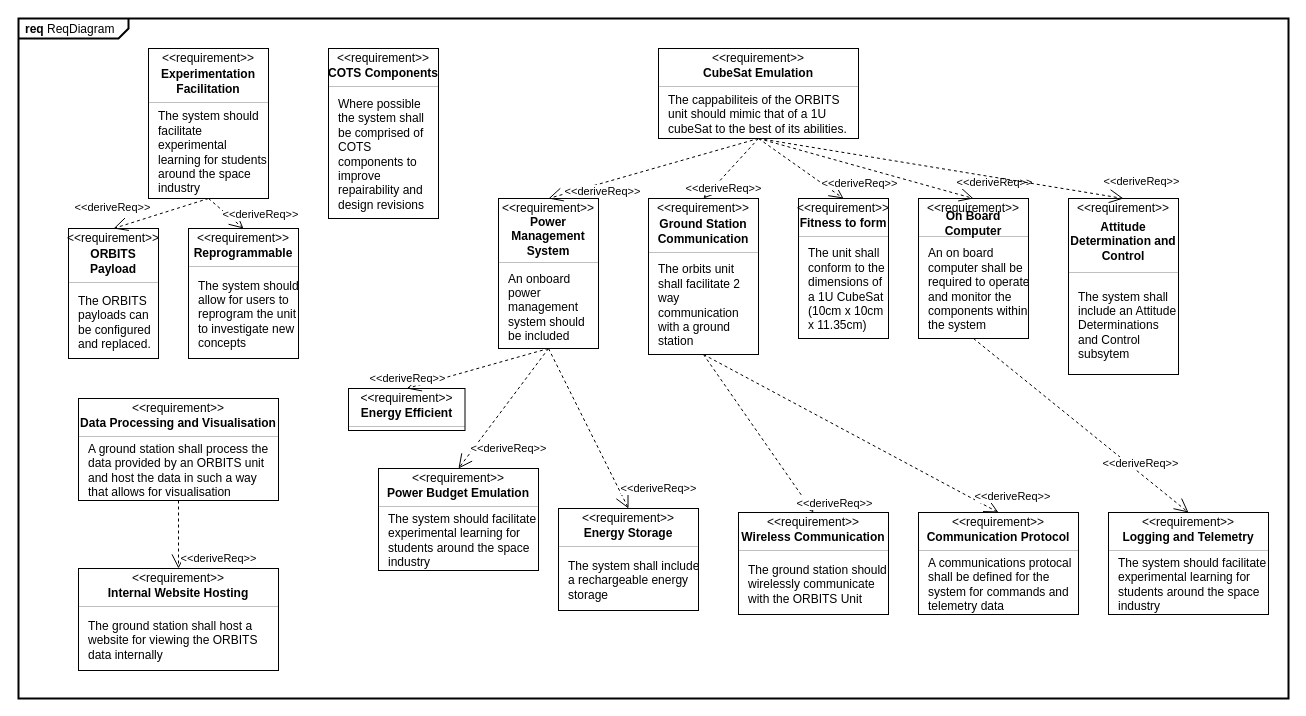
This is page "Block Definition Diagram" (2 of 4) of Design/Block Definition Diagram.drawio from WithASideOfSalt/EE475-ORBITS, a draw.io file, before an edit. Source tidied: cells renumbered, new cells numbered last; positions are measured from the earlier drawing's top-left corner, leaving out a move shared by most shapes. Both pictures are drawn from the tidied source at 100%, with x=0, y=0 at pixel (18, 18).
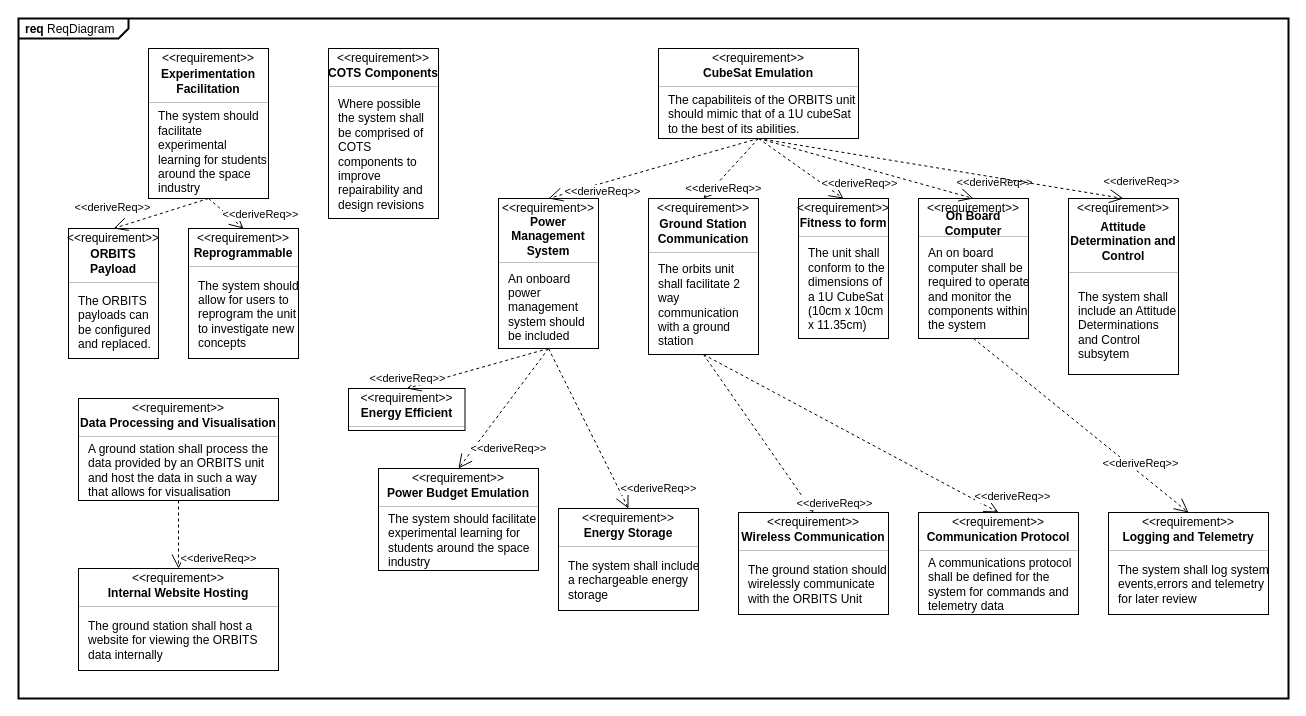
After the change.

The change refers to these unchanged cells:
```xml
<mxCell id="3" style="fontStyle=1;align=center;verticalAlign=middle;horizontal=1;" parent="1" vertex="1">
  <mxGeometry x="640" y="30" width="200" height="90" as="geometry" />
</mxCell>
<mxCell id="82" style="fontStyle=1;align=center;verticalAlign=middle;horizontal=1;" parent="1" vertex="1">
  <mxGeometry x="900" y="494" width="160" height="102" as="geometry" />
</mxCell>
<mxCell id="87" style="fontStyle=1;align=center;verticalAlign=middle;horizontal=1;" parent="1" vertex="1">
  <mxGeometry x="1090" y="494" width="160" height="102" as="geometry" />
</mxCell>
```

Diff of the diagram source:
```diff
@@
-    <mxCell id="7" value="The cappabiliteis of the ORBITS unit should mimic that of a 1U cubeSat to the best of its abilities." style="html=1;align=left;spacing=0;verticalAlign=middle;strokeColor=none;fillColor=none;whiteSpace=wrap;spacingLeft=10;" parent="3" vertex="1">
+    <mxCell id="7" value="The capabiliteis of the ORBITS unit should mimic that of a 1U cubeSat to the best of its abilities." style="html=1;align=left;spacing=0;verticalAlign=middle;strokeColor=none;fillColor=none;whiteSpace=wrap;spacingLeft=10;" parent="3" vertex="1">
       <mxGeometry y="42" width="200" height="48" as="geometry" />
     </mxCell>
@@
-    <mxCell id="86" value="A communications protocal shall be defined for the system for commands and telemetry data" style="html=1;align=left;spacing=0;verticalAlign=middle;strokeColor=none;fillColor=none;whiteSpace=wrap;spacingLeft=10;" parent="82" vertex="1">
+    <mxCell id="86" value="A communications protocol shall be defined for the system for commands and telemetry data" style="html=1;align=left;spacing=0;verticalAlign=middle;strokeColor=none;fillColor=none;whiteSpace=wrap;spacingLeft=10;" parent="82" vertex="1">
       <mxGeometry y="42" width="160" height="60" as="geometry" />
     </mxCell>
@@
-    <mxCell id="91" value="The system should facilitate experimental learning for students around the space industry" style="html=1;align=left;spacing=0;verticalAlign=middle;strokeColor=none;fillColor=none;whiteSpace=wrap;spacingLeft=10;" parent="87" vertex="1">
+    <mxCell id="91" value="The system shall log system events,errors and telemetry for later review" style="html=1;align=left;spacing=0;verticalAlign=middle;strokeColor=none;fillColor=none;whiteSpace=wrap;spacingLeft=10;" parent="87" vertex="1">
       <mxGeometry y="42" width="160" height="60" as="geometry" />
     </mxCell>
```
